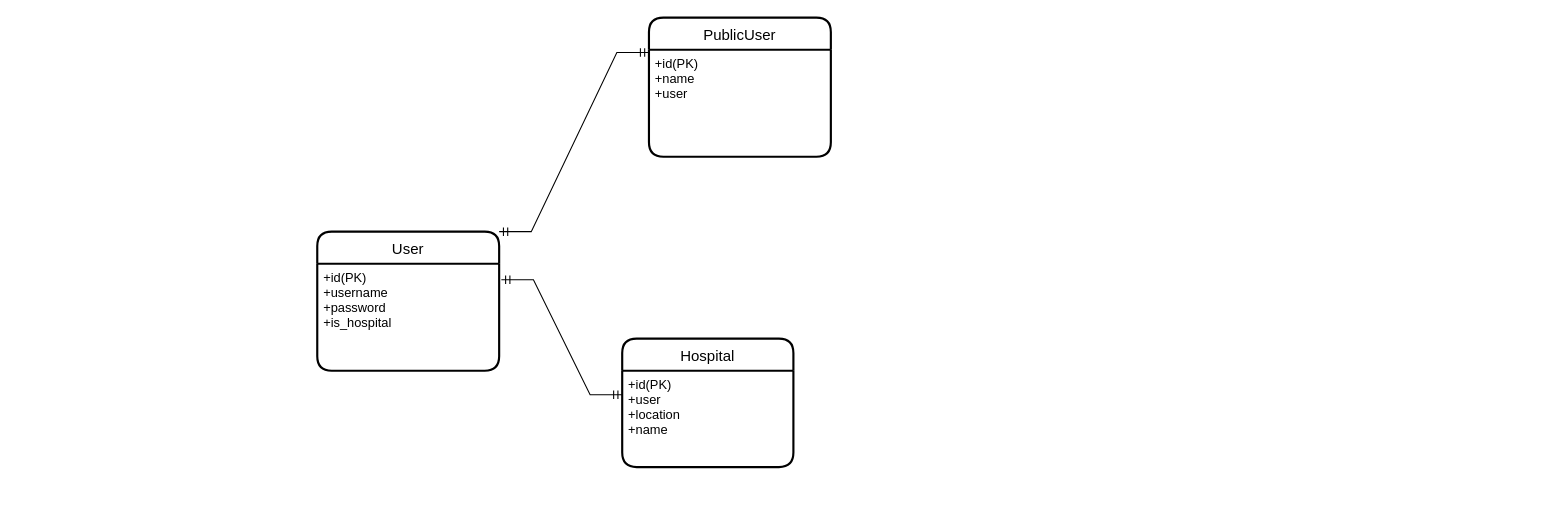
harsh098/diagrams keeps this draw.io diagram as esushim.drawio. Above is the earlier version. Source tidied: cells renumbered, new cells numbered last; positions are measured from the earlier drawing's top-left corner, leaving out a move shared by most shapes. Both pictures are drawn from the tidied source at 107%, with x=0, y=0 at pixel (317, 17).
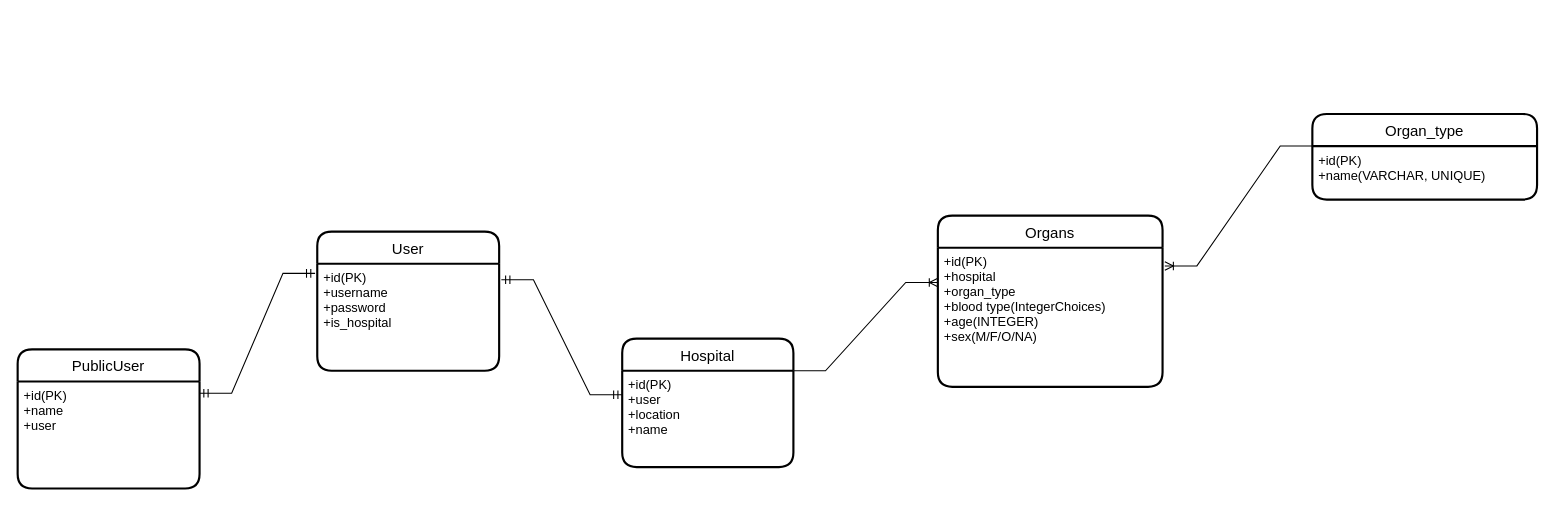
Above is the later version.

Diff of the diagram source:
```diff
@@
 <mxGraphModel>
   <root>
     <mxCell id="0" />
     <mxCell id="1" parent="0" />
     <mxCell id="2" value="Hospital" style="swimlane;horizontal=1;startSize=30;rounded=1;fontSize=14;fontStyle=0;strokeWidth=2;shadow=0;dashed=0;align=center;" parent="1" vertex="1">
       <mxGeometry x="285" y="300" width="160" height="120" as="geometry" />
     </mxCell>
     <mxCell id="3" value="+id(PK)&#10;+user&#10;+location&#10;+name" style="align=left;strokeColor=none;fillColor=none;spacingLeft=4;fontSize=12;verticalAlign=top;" parent="2" vertex="1">
       <mxGeometry y="30" width="160" height="90" as="geometry" />
     </mxCell>
     <mxCell id="4" value="User" style="swimlane;horizontal=1;startSize=30;rounded=1;fontSize=14;fontStyle=0;strokeWidth=2;shadow=0;dashed=0;align=center;" parent="1" vertex="1">
       <mxGeometry y="200" width="170" height="130" as="geometry" />
     </mxCell>
     <mxCell id="5" value="+id(PK)&#10;+username&#10;+password&#10;+is_hospital" style="align=left;strokeColor=none;fillColor=none;spacingLeft=4;fontSize=12;verticalAlign=top;" parent="4" vertex="1">
       <mxGeometry y="30" width="170" height="100" as="geometry" />
     </mxCell>
     <mxCell id="6" style="edgeStyle=entityRelationEdgeStyle;fontSize=12;html=1;endArrow=ERmandOne;startArrow=ERmandOne;rounded=0;entryX=0;entryY=0.25;entryDx=0;entryDy=0;exitX=1.012;exitY=0.15;exitDx=0;exitDy=0;exitPerimeter=0;" parent="1" edge="1" source="5" target="3">
       <mxGeometry relative="1" as="geometry" />
     </mxCell>
     <mxCell id="7" value="PublicUser" style="swimlane;horizontal=1;startSize=30;rounded=1;fontSize=14;fontStyle=0;strokeWidth=2;shadow=0;dashed=0;align=center;" parent="1" vertex="1">
-      <mxGeometry x="310" width="170" height="130" as="geometry" />
+      <mxGeometry x="-280" y="310" width="170" height="130" as="geometry" />
     </mxCell>
     <mxCell id="8" value="+id(PK)&#10;+name&#10;+user" style="align=left;strokeColor=none;fillColor=none;spacingLeft=4;fontSize=12;verticalAlign=top;" parent="7" vertex="1">
       <mxGeometry y="30" width="170" height="100" as="geometry" />
     </mxCell>
-    <mxCell id="9" style="edgeStyle=entityRelationEdgeStyle;fontSize=12;html=1;endArrow=ERmandOne;startArrow=ERmandOne;rounded=0;exitX=1;exitY=0;exitDx=0;exitDy=0;entryX=0;entryY=0.25;entryDx=0;entryDy=0;" parent="1" edge="1" source="4" target="7">
-      <mxGeometry relative="1" as="geometry" />
-    </mxCell>
+    <mxCell id="10" value="Organs" style="swimlane;horizontal=1;startSize=30;rounded=1;fontSize=14;fontStyle=0;strokeWidth=2;shadow=0;dashed=0;align=center;" parent="1" vertex="1">
+      <mxGeometry x="580" y="185" width="210" height="160" as="geometry" />
+    </mxCell>
+    <mxCell id="11" value="+id(PK)&#10;+hospital&#10;+organ_type&#10;+blood type(IntegerChoices)&#10;+age(INTEGER)&#10;+sex(M/F/O/NA)" style="align=left;strokeColor=none;fillColor=none;spacingLeft=4;fontSize=12;verticalAlign=top;" parent="10" vertex="1">
+      <mxGeometry y="30" width="210" height="130" as="geometry" />
+    </mxCell>
+    <mxCell id="12" style="edgeStyle=entityRelationEdgeStyle;fontSize=12;html=1;endArrow=ERoneToMany;rounded=0;exitX=1;exitY=0;exitDx=0;exitDy=0;entryX=0;entryY=0.25;entryDx=0;entryDy=0;" parent="1" edge="1" source="3" target="11">
+      <mxGeometry relative="1" as="geometry" />
+    </mxCell>
+    <mxCell id="13" value="Organ_type" style="swimlane;horizontal=1;startSize=30;rounded=1;fontSize=14;fontStyle=0;strokeWidth=2;shadow=0;dashed=0;align=center;" parent="1" vertex="1">
+      <mxGeometry x="930" y="90" width="210" height="80" as="geometry" />
+    </mxCell>
+    <mxCell id="14" value="+id(PK)&#10;+name(VARCHAR, UNIQUE)" style="align=left;strokeColor=none;fillColor=none;spacingLeft=4;fontSize=12;verticalAlign=top;" parent="13" vertex="1">
+      <mxGeometry y="30" width="210" height="50" as="geometry" />
+    </mxCell>
+    <mxCell id="15" style="edgeStyle=entityRelationEdgeStyle;fontSize=12;html=1;endArrow=ERoneToMany;rounded=0;exitX=0;exitY=0;exitDx=0;exitDy=0;entryX=1.01;entryY=0.131;entryDx=0;entryDy=0;entryPerimeter=0;" parent="1" edge="1" source="14" target="11">
+      <mxGeometry relative="1" as="geometry" />
+    </mxCell>
+    <mxCell id="16" style="edgeStyle=entityRelationEdgeStyle;fontSize=12;html=1;endArrow=ERmandOne;startArrow=ERmandOne;rounded=0;exitX=1;exitY=0.11;exitDx=0;exitDy=0;exitPerimeter=0;entryX=-0.012;entryY=0.09;entryDx=0;entryDy=0;entryPerimeter=0;" parent="1" edge="1" source="8" target="5">
+      <mxGeometry relative="1" as="geometry" />
+    </mxCell>
   </root>
 </mxGraphModel>
```
